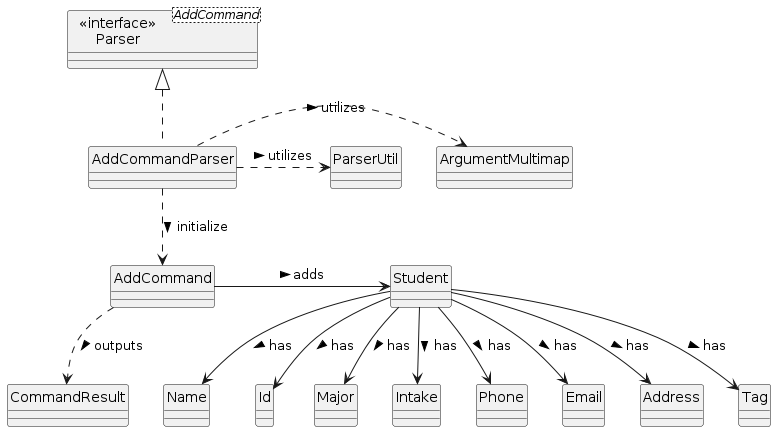
Before: diagrams/add/AddClassDiagram.png, a diagram exported from PlantUML (AY2324S2-CS2103T-T16-1/tp). Its source is kept beside it as diagrams/add/AddClassDiagram.puml.
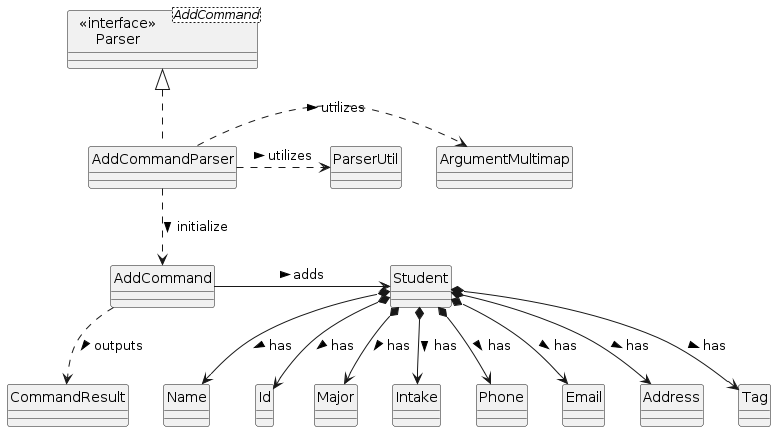
Above is the later version.

Diff of the diagram source:
```diff
@@ -31,13 +31,13 @@
 
 AddCommand -right-> Student: adds >
 
-Student -down-> Name: has >
-Student -down-> Id: has >
-Student -down-> Phone: has >
-Student -down-> Email: has >
-Student -down-> Address: has >
-Student -down-> Intake: has >
-Student -down-> Major: has >
-Student -down-> Tag: has >
+Student *-down-> Name: has >
+Student *-down-> Id: has >
+Student *-down-> Phone: has >
+Student *-down-> Email: has >
+Student *-down-> Address: has >
+Student *-down-> Intake: has >
+Student *-down-> Major: has >
+Student *-down-> Tag: has >
 
 @enduml
```
